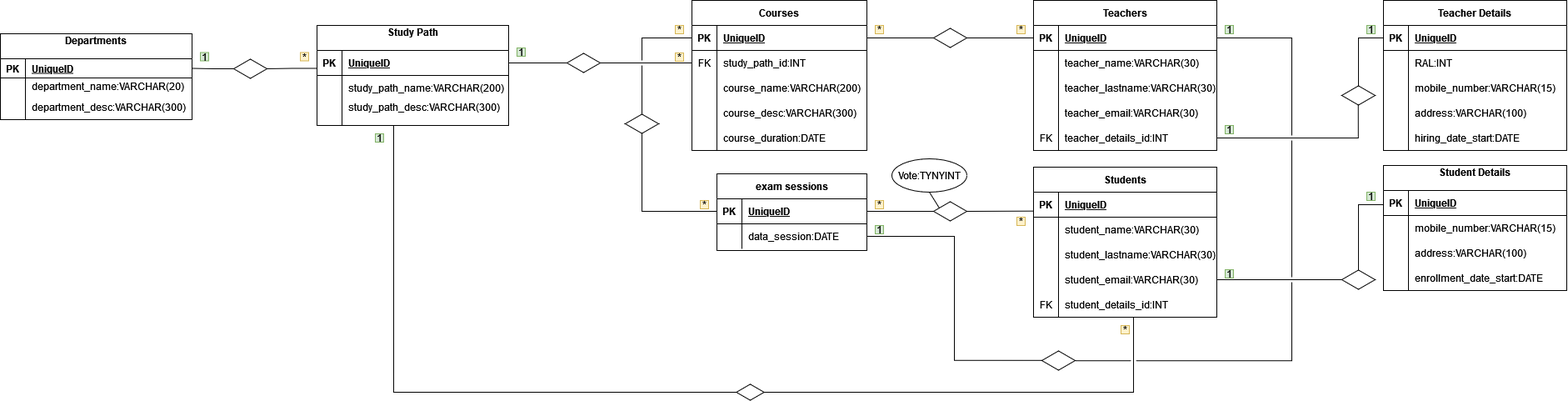
Earlier version of the draw.io export University.drawio.png (EgidioSperanza/db-university). Source tidied: cells renumbered, new cells last; positions are measured from the earlier drawing's top-left corner, leaving out a move shared by most shapes.
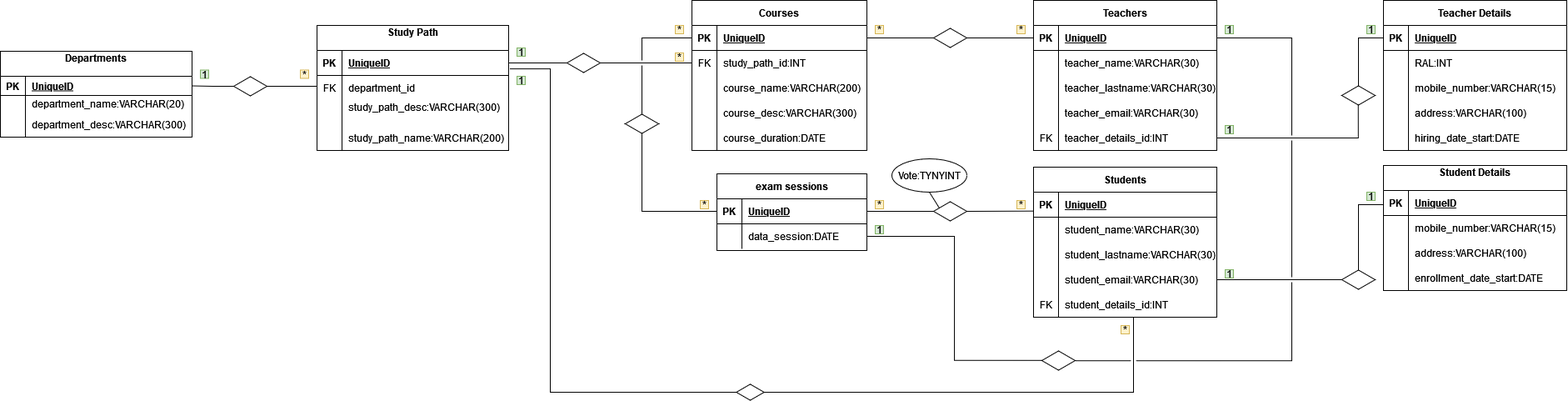
After the commit.

The edit, as a diff of the source:
```diff
@@ -3,7 +3,7 @@
     <mxCell id="0" />
     <mxCell id="1" parent="0" />
     <mxCell id="2" value="Study Path&#10;" style="shape=table;startSize=30;rowLines=0;fontStyle=1;align=center;" parent="1" vertex="1">
-      <mxGeometry x="380" y="30" width="230" height="120" as="geometry" />
+      <mxGeometry x="380" y="30" width="230" height="150" as="geometry" />
     </mxCell>
     <mxCell id="3" style="shape=partialRectangle;fillColor=none;top=0;left=0;bottom=1;right=0;points=[[0,0.5],[1,0.5]];portConstraint=eastwest;" parent="2" vertex="1">
       <mxGeometry y="30" width="230" height="30" as="geometry" />
@@ -17,10 +17,10 @@
     <mxCell id="6" style="shape=partialRectangle;fillColor=none;top=0;left=0;bottom=0;right=0;" parent="2" vertex="1">
       <mxGeometry y="60" width="230" height="30" as="geometry" />
     </mxCell>
-    <mxCell id="7" style="shape=partialRectangle;fillColor=none;top=0;left=0;bottom=0;right=0;overflow=hidden;" parent="6" vertex="1">
+    <mxCell id="7" value="FK" style="shape=partialRectangle;fillColor=none;top=0;left=0;bottom=0;right=0;overflow=hidden;" parent="6" vertex="1">
       <mxGeometry width="30" height="30" as="geometry" />
     </mxCell>
-    <mxCell id="8" value="study_path_name:VARCHAR(200)" style="shape=partialRectangle;fillColor=none;top=0;left=0;bottom=0;right=0;align=left;spacingLeft=6;overflow=hidden;" parent="6" vertex="1">
+    <mxCell id="8" value="department_id" style="shape=partialRectangle;fillColor=none;top=0;left=0;bottom=0;right=0;align=left;spacingLeft=6;overflow=hidden;" parent="6" vertex="1">
       <mxGeometry x="30" width="200" height="30" as="geometry" />
     </mxCell>
     <mxCell id="9" style="shape=partialRectangle;fillColor=none;top=0;left=0;bottom=0;right=0;points=[[0,0.5],[1,0.5]];portConstraint=eastwest;" parent="2" vertex="1">
@@ -32,6 +32,15 @@
     <mxCell id="11" value="study_path_desc:VARCHAR(300)&#10;" style="shape=partialRectangle;fillColor=none;top=0;left=0;bottom=0;right=0;align=left;spacingLeft=6;overflow=hidden;" parent="9" vertex="1">
       <mxGeometry x="30" width="200" height="30" as="geometry" />
     </mxCell>
+    <mxCell id="151" style="shape=partialRectangle;fillColor=none;top=0;left=0;bottom=0;right=0;" parent="2" vertex="1">
+      <mxGeometry y="120" width="230" height="30" as="geometry" />
+    </mxCell>
+    <mxCell id="152" style="shape=partialRectangle;fillColor=none;top=0;left=0;bottom=0;right=0;overflow=hidden;" parent="151" vertex="1">
+      <mxGeometry width="30" height="30" as="geometry" />
+    </mxCell>
+    <mxCell id="153" value="study_path_name:VARCHAR(200)" style="shape=partialRectangle;fillColor=none;top=0;left=0;bottom=0;right=0;align=left;spacingLeft=6;overflow=hidden;" parent="151" vertex="1">
+      <mxGeometry x="30" width="200" height="30" as="geometry" />
+    </mxCell>
     <mxCell id="12" value="Courses" style="shape=table;startSize=30;rowLines=0;fontStyle=1;align=center;" parent="1" vertex="1">
       <mxGeometry x="830" width="210" height="180" as="geometry" />
     </mxCell>
@@ -155,11 +164,12 @@
     <mxCell id="52" value="*" style="text;html=1;strokeColor=#d6b656;fillColor=#fff2cc;align=center;verticalAlign=middle;whiteSpace=wrap;rounded=0;" parent="1" vertex="1">
       <mxGeometry x="1050" y="30" width="10" height="10" as="geometry" />
     </mxCell>
-    <mxCell id="53" style="edgeStyle=orthogonalEdgeStyle;rounded=0;jettySize=auto;html=1;entryX=0.4;entryY=1.007;entryDx=0;entryDy=0;entryPerimeter=0;endArrow=none;endFill=0;" parent="1" edge="1" source="54" target="9">
+    <mxCell id="53" style="edgeStyle=orthogonalEdgeStyle;rounded=0;jettySize=auto;html=1;endArrow=none;endFill=0;entryX=1.006;entryY=0.737;entryDx=0;entryDy=0;entryPerimeter=0;" parent="1" edge="1" source="54" target="3">
       <mxGeometry relative="1" as="geometry">
         <Array as="points">
           <mxPoint x="1360" y="470" />
-          <mxPoint x="472" y="470" />
+          <mxPoint x="660" y="470" />
+          <mxPoint x="660" y="82" />
         </Array>
       </mxGeometry>
     </mxCell>
@@ -212,7 +222,7 @@
       <mxGeometry x="30" width="190" height="30" as="geometry" />
     </mxCell>
     <mxCell id="70" value="&lt;div&gt;1&lt;/div&gt;" style="text;html=1;strokeColor=#82b366;fillColor=#d5e8d4;align=center;verticalAlign=middle;whiteSpace=wrap;rounded=0;" parent="1" vertex="1">
-      <mxGeometry x="450" y="160" width="10" height="10" as="geometry" />
+      <mxGeometry x="620" y="91" width="10" height="10" as="geometry" />
     </mxCell>
     <mxCell id="71" value="*" style="text;html=1;strokeColor=#d6b656;fillColor=#fff2cc;align=center;verticalAlign=middle;whiteSpace=wrap;rounded=0;" parent="1" vertex="1">
       <mxGeometry x="1345" y="390" width="10" height="10" as="geometry" />
@@ -248,7 +258,7 @@
       <mxGeometry relative="1" as="geometry" />
     </mxCell>
     <mxCell id="82" value="*" style="text;html=1;strokeColor=#d6b656;fillColor=#fff2cc;align=center;verticalAlign=middle;whiteSpace=wrap;rounded=0;" parent="1" vertex="1">
-      <mxGeometry x="1220" y="260" width="10" height="10" as="geometry" />
+      <mxGeometry x="1220" y="240" width="10" height="10" as="geometry" />
     </mxCell>
     <mxCell id="83" value="*" style="text;html=1;strokeColor=#d6b656;fillColor=#fff2cc;align=center;verticalAlign=middle;whiteSpace=wrap;rounded=0;" parent="1" vertex="1">
       <mxGeometry x="1050" y="240" width="10" height="10" as="geometry" />
@@ -426,7 +436,7 @@
       </mxGeometry>
     </mxCell>
     <mxCell id="134" value="Departments&#10;" style="shape=table;startSize=30;rowLines=0;fontStyle=1;align=center;" parent="1" vertex="1">
-      <mxGeometry y="40" width="230" height="103" as="geometry" />
+      <mxGeometry y="61" width="230" height="103" as="geometry" />
     </mxCell>
     <mxCell id="135" style="shape=partialRectangle;fillColor=none;top=0;left=0;bottom=1;right=0;points=[[0,0.5],[1,0.5]];portConstraint=eastwest;" parent="134" vertex="1">
       <mxGeometry y="30" width="230" height="23" as="geometry" />
@@ -459,17 +469,20 @@
       <mxGeometry relative="1" as="geometry" />
     </mxCell>
     <mxCell id="145" value="&lt;div&gt;1&lt;/div&gt;" style="text;html=1;strokeColor=#82b366;fillColor=#d5e8d4;align=center;verticalAlign=middle;whiteSpace=wrap;rounded=0;" parent="1" vertex="1">
-      <mxGeometry x="240" y="62.5" width="10" height="10" as="geometry" />
+      <mxGeometry x="240" y="83.5" width="10" height="10" as="geometry" />
     </mxCell>
     <mxCell id="146" value="*" style="text;html=1;strokeColor=#d6b656;fillColor=#fff2cc;align=center;verticalAlign=middle;whiteSpace=wrap;rounded=0;" parent="1" vertex="1">
-      <mxGeometry x="360" y="62.5" width="10" height="10" as="geometry" />
+      <mxGeometry x="360" y="83.5" width="10" height="10" as="geometry" />
     </mxCell>
     <mxCell id="147" style="html=1;whiteSpace=wrap;shape=isoRectangle;" parent="1" vertex="1">
-      <mxGeometry x="280" y="70" width="40" height="24" as="geometry" />
+      <mxGeometry x="280" y="91" width="40" height="24" as="geometry" />
     </mxCell>
-    <mxCell id="148" style="edgeStyle=orthogonalEdgeStyle;rounded=0;jettySize=auto;html=1;exitX=0;exitY=0.5;exitDx=0;exitDy=0;entryX=1;entryY=0.5;entryDx=0;entryDy=0;endArrow=none;endFill=0;" parent="1" edge="1" target="147">
+    <mxCell id="148" style="edgeStyle=orthogonalEdgeStyle;rounded=0;jettySize=auto;html=1;entryX=1;entryY=0.5;entryDx=0;entryDy=0;endArrow=none;endFill=0;exitX=0;exitY=0.5;exitDx=0;exitDy=0;" parent="1" edge="1" target="147">
       <mxGeometry relative="1" as="geometry">
-        <mxPoint x="380" y="81.5" as="sourcePoint" />
+        <mxPoint x="380" y="126" as="sourcePoint" />
+        <Array as="points">
+          <mxPoint x="380" y="103" />
+        </Array>
       </mxGeometry>
     </mxCell>
     <mxCell id="149" value="&lt;div&gt;1&lt;/div&gt;" style="text;html=1;strokeColor=#82b366;fillColor=#d5e8d4;align=center;verticalAlign=middle;whiteSpace=wrap;rounded=0;" parent="1" vertex="1">
```
